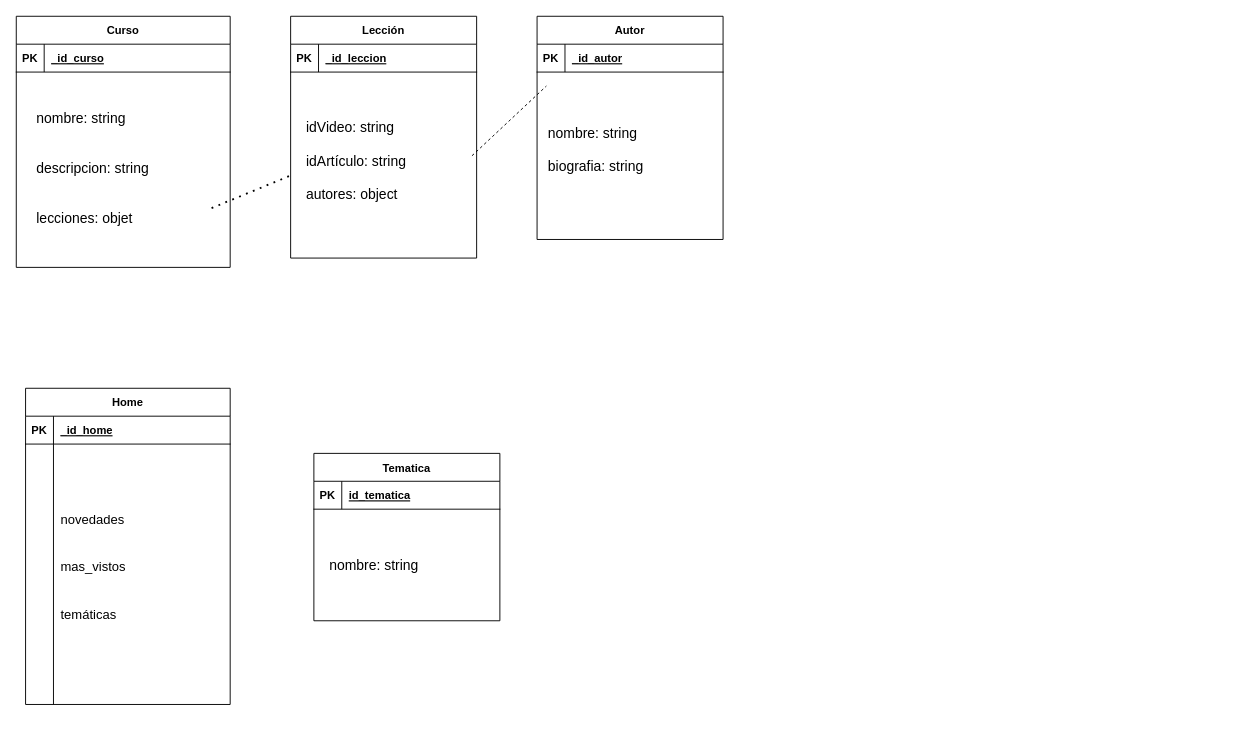
Earlier version of the draw.io diagram Sesión 3 - Laboratorio/00-modelado-basico/Diagrama sin título.drawio (milamgm/lemoncode). Source tidied: cells renumbered, new cells numbered last; positions are measured from the earlier drawing's top-left corner, leaving out a move shared by most shapes. Both pictures are drawn from the tidied source at 93%, with x=0, y=0 at pixel (16, 16).
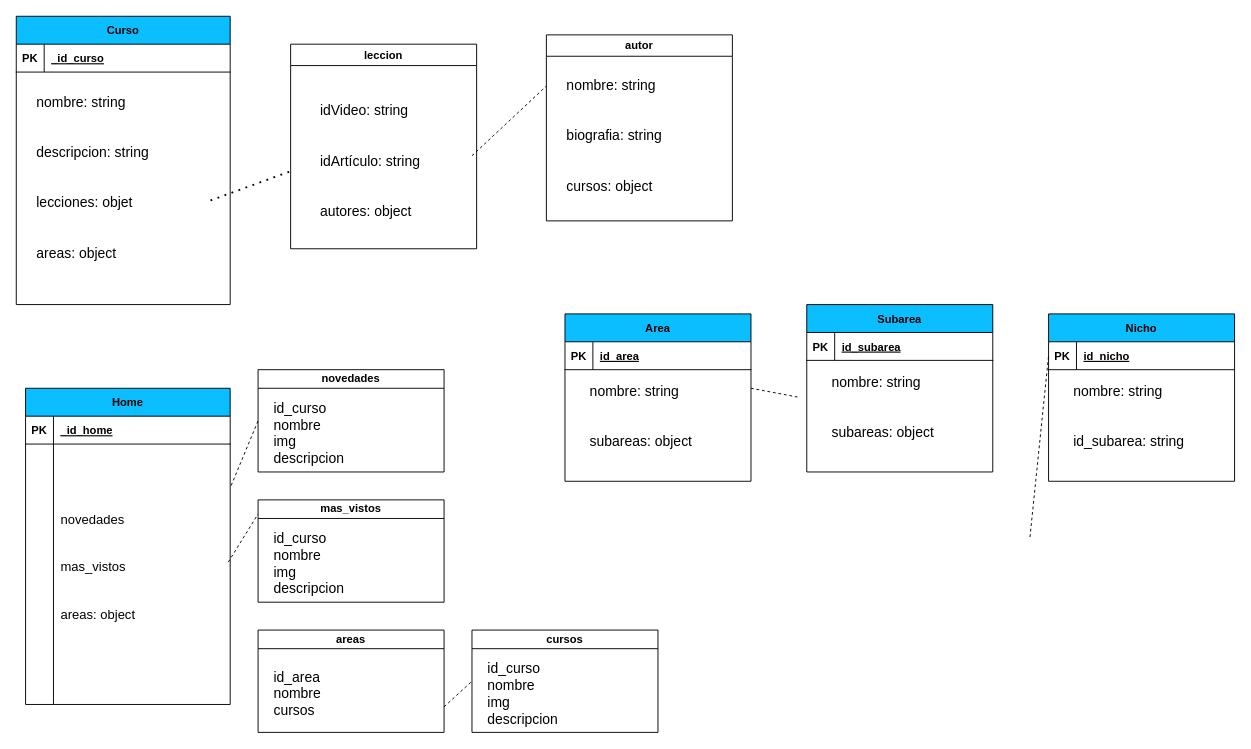
Above is the later version.

Unchanged cells that the change refers to:
```xml
<mxCell id="6" style="shape=partialRectangle;fillColor=none;points=[[0,0.5],[1,0.5]];portConstraint=eastwest;top=0;left=0;right=0;bottom=0;" parent="2" vertex="1">
  <mxGeometry y="60" width="220" height="280" as="geometry" />
</mxCell>
<mxCell id="26" style="shape=partialRectangle;fillColor=none;top=0;left=0;right=0;bottom=1;" parent="25" vertex="1">
  <mxGeometry y="30" width="200" height="30" as="geometry" />
</mxCell>
```

What changed in the source:
```diff
@@
-    <mxCell id="2" value="Home" style="shape=table;startSize=30;childLayout=tableLayout;rowLines=0;fontStyle=1;align=center;" parent="1" vertex="1">
+    <mxCell id="2" value="Home" style="shape=table;startSize=30;childLayout=tableLayout;rowLines=0;fontStyle=1;align=center;fillColor=#0ABEFF;" parent="1" vertex="1">
       <mxGeometry x="10" y="400" width="220" height="340" as="geometry" />
     </mxCell>
@@
-    <mxCell id="8" value="novedades&#10;&#10;&#10;mas_vistos&#10;&#10;&#10;temáticas&#10;" style="shape=partialRectangle;overflow=hidden;fillColor=none;top=0;left=0;bottom=0;right=0;align=left;spacingLeft=6;fontSize=14;" parent="6" vertex="1">
+    <mxCell id="8" value="novedades&#10;&#10;&#10;mas_vistos&#10;&#10;&#10;areas: object&#10;" style="shape=partialRectangle;overflow=hidden;fillColor=none;top=0;left=0;bottom=0;right=0;align=left;spacingLeft=6;fontSize=14;" parent="6" vertex="1">
       <mxGeometry x="30" width="190" height="280" as="geometry" />
     </mxCell>
-    <mxCell id="9" value="Curso" style="shape=table;startSize=30;childLayout=tableLayout;rowLines=0;fontStyle=1;align=center;" parent="1" vertex="1">
-      <mxGeometry width="230" height="270" as="geometry" />
+    <mxCell id="9" value="Curso" style="shape=table;startSize=30;childLayout=tableLayout;rowLines=0;fontStyle=1;align=center;fillColor=#0ABEFF;" parent="1" vertex="1">
+      <mxGeometry width="230" height="310" as="geometry" />
     </mxCell>
@@
-    <mxCell id="13" value="Lección" style="shape=table;startSize=30;childLayout=tableLayout;rowLines=0;fontStyle=1;align=center;" parent="1" vertex="1">
-      <mxGeometry x="295" width="200" height="260" as="geometry" />
-    </mxCell>
-    <mxCell id="14" style="shape=partialRectangle;fillColor=none;top=0;left=0;right=0;bottom=1;" parent="13" vertex="1">
-      <mxGeometry y="30" width="200" height="30" as="geometry" />
-    </mxCell>
-    <mxCell id="15" value="PK" style="shape=partialRectangle;overflow=hidden;fillColor=none;top=0;left=0;bottom=0;right=0;fontStyle=1;" parent="14" vertex="1">
-      <mxGeometry width="30" height="30" as="geometry" />
-    </mxCell>
-    <mxCell id="16" value="_id_leccion" style="shape=partialRectangle;overflow=hidden;fillColor=none;top=0;left=0;bottom=0;right=0;align=left;spacingLeft=6;fontStyle=5;" parent="14" vertex="1">
-      <mxGeometry x="30" width="170" height="30" as="geometry" />
-    </mxCell>
-    <mxCell id="17" value="Autor" style="shape=table;startSize=30;childLayout=tableLayout;rowLines=0;fontStyle=1;align=center;" parent="1" vertex="1">
-      <mxGeometry x="560" width="200" height="240" as="geometry" />
-    </mxCell>
-    <mxCell id="18" style="shape=partialRectangle;fillColor=none;top=0;left=0;right=0;bottom=1;" parent="17" vertex="1">
-      <mxGeometry y="30" width="200" height="30" as="geometry" />
-    </mxCell>
-    <mxCell id="19" value="PK" style="shape=partialRectangle;overflow=hidden;fillColor=none;top=0;left=0;bottom=0;right=0;fontStyle=1;" parent="18" vertex="1">
-      <mxGeometry width="30" height="30" as="geometry" />
-    </mxCell>
-    <mxCell id="20" value="_id_autor" style="shape=partialRectangle;overflow=hidden;fillColor=none;top=0;left=0;bottom=0;right=0;align=left;spacingLeft=6;fontStyle=5;" parent="18" vertex="1">
-      <mxGeometry x="30" width="170" height="30" as="geometry" />
-    </mxCell>
-    <mxCell id="21" value="&lt;font style=&quot;font-size: 15px;&quot;&gt;nombre: string&lt;br&gt;&lt;br&gt;&lt;br&gt;descripcion: string&lt;br&gt;&lt;br&gt;&lt;br&gt;lecciones: objet&lt;br&gt;&lt;/font&gt;" style="text;html=1;strokeColor=none;fillColor=none;align=left;verticalAlign=middle;whiteSpace=wrap;rounded=0;" parent="1" vertex="1">
-      <mxGeometry x="20" y="75" width="190" height="175" as="geometry" />
+    <mxCell id="21" value="&lt;font style=&quot;font-size: 15px;&quot;&gt;nombre: string&lt;br&gt;&lt;br&gt;&lt;br&gt;descripcion: string&lt;br&gt;&lt;br&gt;&lt;br&gt;lecciones: objet&lt;br&gt;&lt;br&gt;&lt;br&gt;areas: object&lt;br&gt;&lt;/font&gt;" style="text;html=1;strokeColor=none;fillColor=none;align=left;verticalAlign=middle;whiteSpace=wrap;rounded=0;" parent="1" vertex="1">
+      <mxGeometry x="20" y="85" width="190" height="175" as="geometry" />
     </mxCell>
-    <mxCell id="22" style="endArrow=none;dashed=1;html=1;dashPattern=1 3;strokeWidth=2;rounded=0;exitX=1;exitY=0.75;exitDx=0;exitDy=0;" parent="1" edge="1" source="21" target="13">
-      <mxGeometry relative="1" as="geometry" />
+    <mxCell id="22" style="endArrow=none;dashed=1;html=1;dashPattern=1 3;strokeWidth=2;rounded=0;exitX=0.994;exitY=0.646;exitDx=0;exitDy=0;exitPerimeter=0;" parent="1" edge="1" source="21">
+      <mxGeometry relative="1" as="geometry">
+        <mxPoint x="295" y="166.6" as="targetPoint" />
+      </mxGeometry>
     </mxCell>
+    <mxCell id="24" style="endArrow=none;dashed=1;html=1;rounded=0;" parent="1" edge="1">
+      <mxGeometry relative="1" as="geometry">
+        <mxPoint x="490" y="150" as="sourcePoint" />
+        <mxPoint x="570" y="75" as="targetPoint" />
+      </mxGeometry>
+    </mxCell>
+    <mxCell id="31" style="endArrow=none;dashed=1;html=1;rounded=0;" parent="1" edge="1">
+      <mxGeometry relative="1" as="geometry">
+        <mxPoint x="790" y="400" as="sourcePoint" />
+        <mxPoint x="840" y="409.4" as="targetPoint" />
+      </mxGeometry>
+    </mxCell>
+    <mxCell id="32" value="autor" style="swimlane;whiteSpace=wrap;html=1;" parent="1" vertex="1">
+      <mxGeometry x="570" y="20" width="200" height="200" as="geometry" />
+    </mxCell>
+    <mxCell id="30" value="nombre: string&lt;br&gt;&lt;br&gt;&lt;br&gt;biografia: string&lt;br&gt;&lt;br&gt;&lt;br&gt;cursos: object" style="text;html=1;strokeColor=none;fillColor=none;align=left;verticalAlign=middle;whiteSpace=wrap;rounded=0;fontSize=15;" parent="32" vertex="1">
+      <mxGeometry x="20" y="40" width="180" height="135" as="geometry" />
+    </mxCell>
+    <mxCell id="33" value="leccion" style="swimlane;whiteSpace=wrap;html=1;startSize=23;" parent="1" vertex="1">
+      <mxGeometry x="295" y="30" width="200" height="220" as="geometry" />
+    </mxCell>
-    <mxCell id="23" value="idVideo: string&lt;br&gt;&lt;br&gt;idArtículo: string&lt;br&gt;&lt;br&gt;autores: object" style="text;html=1;strokeColor=none;fillColor=none;align=left;verticalAlign=middle;whiteSpace=wrap;rounded=0;fontSize=15;" parent="1" vertex="1">
-      <mxGeometry x="310" y="60" width="170" height="190" as="geometry" />
+    <mxCell id="23" value="idVideo: string&lt;br&gt;&lt;br&gt;&lt;br&gt;idArtículo: string&lt;br&gt;&lt;br&gt;&lt;br&gt;autores: object" style="text;html=1;strokeColor=none;fillColor=none;align=left;verticalAlign=middle;whiteSpace=wrap;rounded=0;fontSize=15;" parent="33" vertex="1">
+      <mxGeometry x="30" y="30" width="170" height="190" as="geometry" />
     </mxCell>
-    <mxCell id="24" style="endArrow=none;dashed=1;html=1;rounded=0;" parent="1" edge="1">
-      <mxGeometry relative="1" as="geometry">
-        <mxPoint x="490" y="150" as="sourcePoint" />
-        <mxPoint x="570" y="75" as="targetPoint" />
-      </mxGeometry>
-    </mxCell>
+    <mxCell id="34" value="novedades" style="swimlane;whiteSpace=wrap;html=1;startSize=20;" parent="1" vertex="1">
+      <mxGeometry x="260" y="380" width="200" height="110" as="geometry" />
+    </mxCell>
+    <mxCell id="35" value="id_curso&lt;br&gt;nombre&lt;br&gt;img&lt;br&gt;&lt;div style=&quot;&quot;&gt;&lt;span style=&quot;background-color: initial;&quot;&gt;descripcion&lt;/span&gt;&lt;/div&gt;" style="text;html=1;strokeColor=none;fillColor=none;align=left;verticalAlign=middle;whiteSpace=wrap;rounded=0;fontSize=15;" parent="34" vertex="1">
+      <mxGeometry x="15" y="40" width="165" height="55" as="geometry" />
+    </mxCell>
+    <mxCell id="36" value="mas_vistos" style="swimlane;whiteSpace=wrap;html=1;startSize=20;" parent="1" vertex="1">
+      <mxGeometry x="260" y="520" width="200" height="110" as="geometry" />
+    </mxCell>
+    <mxCell id="37" value="id_curso&lt;br&gt;nombre&lt;br&gt;img&lt;br&gt;&lt;div style=&quot;&quot;&gt;&lt;span style=&quot;background-color: initial;&quot;&gt;descripcion&lt;/span&gt;&lt;/div&gt;" style="text;html=1;strokeColor=none;fillColor=none;align=left;verticalAlign=middle;whiteSpace=wrap;rounded=0;fontSize=15;" parent="36" vertex="1">
+      <mxGeometry x="15" y="40" width="165" height="55" as="geometry" />
+    </mxCell>
+    <mxCell id="38" style="endArrow=none;dashed=1;html=1;rounded=0;entryX=0;entryY=0.5;entryDx=0;entryDy=0;exitX=1.005;exitY=0.159;exitDx=0;exitDy=0;exitPerimeter=0;" parent="1" edge="1" source="6" target="34">
+      <mxGeometry relative="1" as="geometry" />
+    </mxCell>
+    <mxCell id="39" style="endArrow=none;dashed=1;html=1;rounded=0;entryX=0;entryY=0.138;entryDx=0;entryDy=0;entryPerimeter=0;exitX=0.991;exitY=0.453;exitDx=0;exitDy=0;exitPerimeter=0;" parent="1" edge="1" source="6" target="36">
+      <mxGeometry relative="1" as="geometry" />
+    </mxCell>
+    <mxCell id="40" style="group;" parent="1" vertex="1">
+      <mxGeometry x="590" y="320" width="200" height="180" as="geometry" />
+    </mxCell>
-    <mxCell id="25" value="Tematica" style="shape=table;startSize=30;childLayout=tableLayout;rowLines=0;fontStyle=1;align=center;" parent="1" vertex="1">
-      <mxGeometry x="320" y="470" width="200" height="180" as="geometry" />
+    <mxCell id="25" value="Area" style="shape=table;startSize=30;childLayout=tableLayout;rowLines=0;fontStyle=1;align=center;fillColor=#0ABEFF;" parent="40" vertex="1">
+      <mxGeometry width="200" height="180" as="geometry" />
     </mxCell>
@@
-    <mxCell id="28" value="id_tematica" style="shape=partialRectangle;overflow=hidden;fillColor=none;top=0;left=0;bottom=0;right=0;align=left;spacingLeft=6;fontStyle=5;" parent="26" vertex="1">
+    <mxCell id="28" value="id_area" style="shape=partialRectangle;overflow=hidden;fillColor=none;top=0;left=0;bottom=0;right=0;align=left;spacingLeft=6;fontStyle=5;" parent="26" vertex="1">
       <mxGeometry x="30" width="170" height="30" as="geometry" />
     </mxCell>
-    <mxCell id="29" value="nombre: string" style="text;html=1;strokeColor=none;fillColor=none;align=left;verticalAlign=middle;whiteSpace=wrap;rounded=0;fontSize=15;" parent="1" vertex="1">
-      <mxGeometry x="335" y="540" width="175" height="100" as="geometry" />
+    <mxCell id="29" value="nombre: string&lt;br&gt;&lt;br&gt;&lt;br&gt;subareas: object" style="text;html=1;strokeColor=none;fillColor=none;align=left;verticalAlign=middle;whiteSpace=wrap;rounded=0;fontSize=15;" parent="40" vertex="1">
+      <mxGeometry x="25" y="60" width="175" height="100" as="geometry" />
     </mxCell>
-    <mxCell id="30" value="nombre: string&lt;br&gt;&lt;br&gt;biografia: string" style="text;html=1;strokeColor=none;fillColor=none;align=left;verticalAlign=middle;whiteSpace=wrap;rounded=0;fontSize=15;" parent="1" vertex="1">
-      <mxGeometry x="570" y="75" width="180" height="135" as="geometry" />
-    </mxCell>
+    <mxCell id="41" value="areas" style="swimlane;whiteSpace=wrap;html=1;startSize=20;" parent="1" vertex="1">
+      <mxGeometry x="260" y="660" width="200" height="110" as="geometry" />
+    </mxCell>
+    <mxCell id="42" value="id_area&lt;br&gt;nombre&lt;br&gt;cursos" style="text;html=1;strokeColor=none;fillColor=none;align=left;verticalAlign=middle;whiteSpace=wrap;rounded=0;fontSize=15;" parent="41" vertex="1">
+      <mxGeometry x="15" y="40" width="165" height="55" as="geometry" />
+    </mxCell>
+    <mxCell id="43" value="cursos" style="swimlane;whiteSpace=wrap;html=1;startSize=20;" parent="1" vertex="1">
+      <mxGeometry x="490" y="660" width="200" height="110" as="geometry" />
+    </mxCell>
+    <mxCell id="44" value="id_curso&lt;br style=&quot;border-color: var(--border-color);&quot;&gt;nombre&lt;br style=&quot;border-color: var(--border-color);&quot;&gt;img&lt;br style=&quot;border-color: var(--border-color);&quot;&gt;&lt;div style=&quot;border-color: var(--border-color);&quot;&gt;descripcion&lt;/div&gt;" style="text;html=1;strokeColor=none;fillColor=none;align=left;verticalAlign=middle;whiteSpace=wrap;rounded=0;fontSize=15;" parent="43" vertex="1">
+      <mxGeometry x="15" y="40" width="165" height="55" as="geometry" />
+    </mxCell>
+    <mxCell id="45" style="endArrow=none;dashed=1;html=1;rounded=0;exitX=1;exitY=0.75;exitDx=0;exitDy=0;entryX=0;entryY=0.5;entryDx=0;entryDy=0;" parent="1" edge="1" source="41" target="43">
+      <mxGeometry relative="1" as="geometry" />
+    </mxCell>
+    <mxCell id="46" style="group;" parent="1" vertex="1">
+      <mxGeometry x="850" y="310" width="200" height="180" as="geometry" />
+    </mxCell>
+    <mxCell id="47" value="Subarea" style="shape=table;startSize=30;childLayout=tableLayout;rowLines=0;fontStyle=1;align=center;fillColor=#0ABEFF;" parent="46" vertex="1">
+      <mxGeometry width="200" height="180" as="geometry" />
+    </mxCell>
+    <mxCell id="48" style="shape=partialRectangle;fillColor=none;top=0;left=0;right=0;bottom=1;" parent="47" vertex="1">
+      <mxGeometry y="30" width="200" height="30" as="geometry" />
+    </mxCell>
+    <mxCell id="49" value="PK" style="shape=partialRectangle;overflow=hidden;fillColor=none;top=0;left=0;bottom=0;right=0;fontStyle=1;" parent="48" vertex="1">
+      <mxGeometry width="30" height="30" as="geometry" />
+    </mxCell>
+    <mxCell id="50" value="id_subarea" style="shape=partialRectangle;overflow=hidden;fillColor=none;top=0;left=0;bottom=0;right=0;align=left;spacingLeft=6;fontStyle=5;" parent="48" vertex="1">
+      <mxGeometry x="30" width="170" height="30" as="geometry" />
+    </mxCell>
+    <mxCell id="51" value="nombre: string&lt;br&gt;&lt;br&gt;&lt;br&gt;subareas: object" style="text;html=1;strokeColor=none;fillColor=none;align=left;verticalAlign=middle;whiteSpace=wrap;rounded=0;fontSize=15;" parent="46" vertex="1">
+      <mxGeometry x="25" y="60" width="175" height="100" as="geometry" />
+    </mxCell>
+    <mxCell id="52" style="group;" parent="1" vertex="1">
+      <mxGeometry x="1110" y="320" width="200" height="180" as="geometry" />
+    </mxCell>
+    <mxCell id="53" value="Nicho" style="shape=table;startSize=30;childLayout=tableLayout;rowLines=0;fontStyle=1;align=center;fillColor=#0ABEFF;" parent="52" vertex="1">
+      <mxGeometry width="200" height="180" as="geometry" />
+    </mxCell>
+    <mxCell id="54" style="shape=partialRectangle;fillColor=none;points=[[0,0.5],[1,0.5]];portConstraint=eastwest;top=0;left=0;right=0;bottom=1;" parent="53" vertex="1">
+      <mxGeometry y="30" width="200" height="30" as="geometry" />
+    </mxCell>
+    <mxCell id="55" value="PK" style="shape=partialRectangle;overflow=hidden;fillColor=none;top=0;left=0;bottom=0;right=0;fontStyle=1;" parent="54" vertex="1">
+      <mxGeometry width="30" height="30" as="geometry" />
+    </mxCell>
+    <mxCell id="56" value="id_nicho" style="shape=partialRectangle;overflow=hidden;fillColor=none;top=0;left=0;bottom=0;right=0;align=left;spacingLeft=6;fontStyle=5;" parent="54" vertex="1">
+      <mxGeometry x="30" width="170" height="30" as="geometry" />
+    </mxCell>
+    <mxCell id="57" value="nombre: string&lt;br&gt;&lt;br&gt;&lt;br&gt;id_subarea: string" style="text;html=1;strokeColor=none;fillColor=none;align=left;verticalAlign=middle;whiteSpace=wrap;rounded=0;fontSize=15;" parent="52" vertex="1">
+      <mxGeometry x="25" y="60" width="175" height="100" as="geometry" />
+    </mxCell>
+    <mxCell id="58" style="endArrow=none;dashed=1;html=1;rounded=0;entryX=0;entryY=0.5;entryDx=0;entryDy=0;" parent="1" edge="1" target="54">
+      <mxGeometry relative="1" as="geometry">
+        <mxPoint x="1090" y="560" as="sourcePoint" />
+      </mxGeometry>
+    </mxCell>
```
